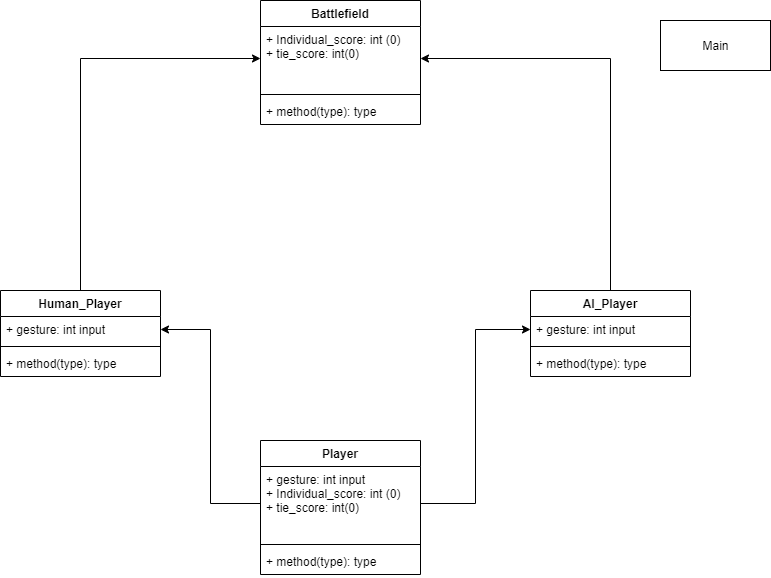
austinsanchez45/RPSLS keeps this draw.io diagram as RPSLS.drawio.png. Above is the earlier version. Source tidied: cells renumbered, new cells last; positions are measured from the earlier drawing's top-left corner, leaving out a move shared by most shapes. The source it was exported from:
```xml
<mxGraphModel>
  <root>
    <mxCell id="0" />
    <mxCell id="1" parent="0" />
    <mxCell id="2" value="Main&lt;br&gt;" style="html=1;" parent="1" vertex="1">
      <mxGeometry x="660" y="20" width="110" height="50" as="geometry" />
    </mxCell>
    <mxCell id="3" value="Player" style="swimlane;fontStyle=1;align=center;verticalAlign=top;horizontal=1;startSize=26;" parent="1" vertex="1">
      <mxGeometry x="260" y="440" width="160" height="134" as="geometry" />
    </mxCell>
    <mxCell id="4" value="+ gesture: int input&#10;+ Individual_score: int (0)&#10;+ tie_score: int(0)&#10;" style="text;strokeColor=none;fillColor=none;align=left;verticalAlign=top;spacingLeft=4;spacingRight=4;overflow=hidden;points=[[0,0.5],[1,0.5]];portConstraint=eastwest;" parent="3" vertex="1">
      <mxGeometry y="26" width="160" height="74" as="geometry" />
    </mxCell>
    <mxCell id="5" style="line;strokeWidth=1;fillColor=none;align=left;verticalAlign=middle;spacingTop=-1;spacingLeft=3;spacingRight=3;labelPosition=right;" parent="3" vertex="1">
      <mxGeometry y="100" width="160" height="8" as="geometry" />
    </mxCell>
    <mxCell id="6" value="+ method(type): type" style="text;strokeColor=none;fillColor=none;align=left;verticalAlign=top;spacingLeft=4;spacingRight=4;overflow=hidden;" parent="3" vertex="1">
      <mxGeometry y="108" width="160" height="26" as="geometry" />
    </mxCell>
    <mxCell id="7" value="Battlefield" style="swimlane;fontStyle=1;align=center;verticalAlign=top;horizontal=1;startSize=26;" parent="1" vertex="1">
      <mxGeometry x="260" width="160" height="124" as="geometry" />
    </mxCell>
    <mxCell id="8" value="+ Individual_score: int (0)&#10;+ tie_score: int(0)" style="text;strokeColor=none;fillColor=none;align=left;verticalAlign=top;spacingLeft=4;spacingRight=4;overflow=hidden;points=[[0,0.5],[1,0.5]];portConstraint=eastwest;" parent="7" vertex="1">
      <mxGeometry y="26" width="160" height="64" as="geometry" />
    </mxCell>
    <mxCell id="9" style="line;strokeWidth=1;fillColor=none;align=left;verticalAlign=middle;spacingTop=-1;spacingLeft=3;spacingRight=3;labelPosition=right;" parent="7" vertex="1">
      <mxGeometry y="90" width="160" height="8" as="geometry" />
    </mxCell>
    <mxCell id="10" value="+ method(type): type" style="text;strokeColor=none;fillColor=none;align=left;verticalAlign=top;spacingLeft=4;spacingRight=4;overflow=hidden;" parent="7" vertex="1">
      <mxGeometry y="98" width="160" height="26" as="geometry" />
    </mxCell>
    <mxCell id="11" style="edgeStyle=orthogonalEdgeStyle;rounded=0;jettySize=auto;html=1;exitX=0.5;exitY=0;exitDx=0;exitDy=0;entryX=0;entryY=0.5;entryDx=0;entryDy=0;" parent="1" edge="1" source="12" target="8">
      <mxGeometry relative="1" as="geometry" />
    </mxCell>
    <mxCell id="12" value="Human_Player" style="swimlane;fontStyle=1;align=center;verticalAlign=top;horizontal=1;startSize=26;" parent="1" vertex="1">
      <mxGeometry y="290" width="160" height="86" as="geometry" />
    </mxCell>
    <mxCell id="13" value="+ gesture: int input" style="text;strokeColor=none;fillColor=none;align=left;verticalAlign=top;spacingLeft=4;spacingRight=4;overflow=hidden;points=[[0,0.5],[1,0.5]];portConstraint=eastwest;" parent="12" vertex="1">
      <mxGeometry y="26" width="160" height="26" as="geometry" />
    </mxCell>
    <mxCell id="14" style="line;strokeWidth=1;fillColor=none;align=left;verticalAlign=middle;spacingTop=-1;spacingLeft=3;spacingRight=3;labelPosition=right;" parent="12" vertex="1">
      <mxGeometry y="52" width="160" height="8" as="geometry" />
    </mxCell>
    <mxCell id="15" value="+ method(type): type" style="text;strokeColor=none;fillColor=none;align=left;verticalAlign=top;spacingLeft=4;spacingRight=4;overflow=hidden;" parent="12" vertex="1">
      <mxGeometry y="60" width="160" height="26" as="geometry" />
    </mxCell>
    <mxCell id="16" style="edgeStyle=orthogonalEdgeStyle;rounded=0;jettySize=auto;html=1;exitX=0.5;exitY=0;exitDx=0;exitDy=0;entryX=1;entryY=0.5;entryDx=0;entryDy=0;" parent="1" edge="1" source="17" target="8">
      <mxGeometry relative="1" as="geometry" />
    </mxCell>
    <mxCell id="17" value="AI_Player" style="swimlane;fontStyle=1;align=center;verticalAlign=top;horizontal=1;startSize=26;" parent="1" vertex="1">
      <mxGeometry x="530" y="290" width="160" height="86" as="geometry" />
    </mxCell>
    <mxCell id="18" value="+ gesture: int input" style="text;strokeColor=none;fillColor=none;align=left;verticalAlign=top;spacingLeft=4;spacingRight=4;overflow=hidden;points=[[0,0.5],[1,0.5]];portConstraint=eastwest;" parent="17" vertex="1">
      <mxGeometry y="26" width="160" height="26" as="geometry" />
    </mxCell>
    <mxCell id="19" style="line;strokeWidth=1;fillColor=none;align=left;verticalAlign=middle;spacingTop=-1;spacingLeft=3;spacingRight=3;labelPosition=right;" parent="17" vertex="1">
      <mxGeometry y="52" width="160" height="8" as="geometry" />
    </mxCell>
    <mxCell id="20" value="+ method(type): type" style="text;strokeColor=none;fillColor=none;align=left;verticalAlign=top;spacingLeft=4;spacingRight=4;overflow=hidden;" parent="17" vertex="1">
      <mxGeometry y="60" width="160" height="26" as="geometry" />
    </mxCell>
    <mxCell id="21" style="edgeStyle=orthogonalEdgeStyle;rounded=0;jettySize=auto;html=1;exitX=0;exitY=0.5;exitDx=0;exitDy=0;entryX=1;entryY=0.5;entryDx=0;entryDy=0;" parent="1" edge="1" source="4" target="13">
      <mxGeometry relative="1" as="geometry" />
    </mxCell>
    <mxCell id="22" style="edgeStyle=orthogonalEdgeStyle;rounded=0;jettySize=auto;html=1;exitX=1;exitY=0.5;exitDx=0;exitDy=0;entryX=0;entryY=0.5;entryDx=0;entryDy=0;" parent="1" edge="1" source="4" target="18">
      <mxGeometry relative="1" as="geometry" />
    </mxCell>
  </root>
</mxGraphModel>
```
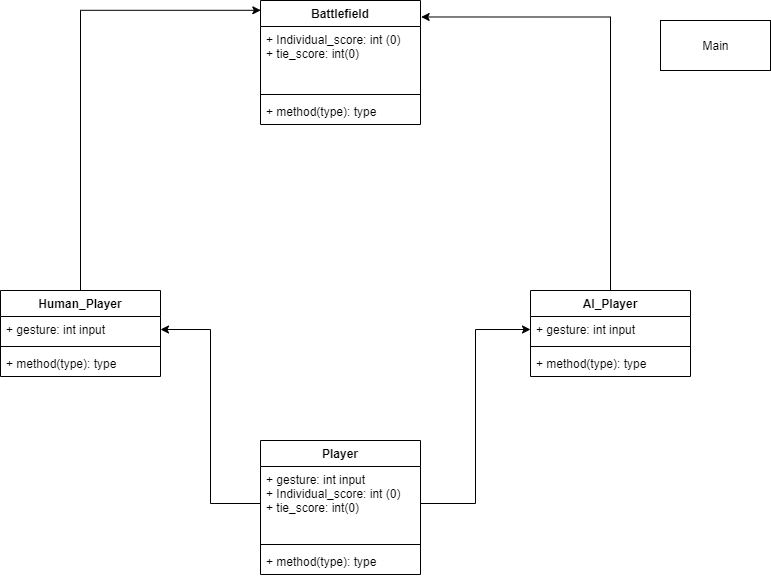
After the commit.

Change to the diagram source:
```diff
@@ -29,9 +29,9 @@
     <mxCell id="10" value="+ method(type): type" style="text;strokeColor=none;fillColor=none;align=left;verticalAlign=top;spacingLeft=4;spacingRight=4;overflow=hidden;" parent="7" vertex="1">
       <mxGeometry y="98" width="160" height="26" as="geometry" />
     </mxCell>
-    <mxCell id="11" style="edgeStyle=orthogonalEdgeStyle;rounded=0;jettySize=auto;html=1;exitX=0.5;exitY=0;exitDx=0;exitDy=0;entryX=0;entryY=0.5;entryDx=0;entryDy=0;" parent="1" edge="1" source="12" target="8">
-      <mxGeometry relative="1" as="geometry" />
-    </mxCell>
+    <mxCell id="23" style="edgeStyle=orthogonalEdgeStyle;rounded=0;jettySize=auto;html=1;exitX=0.5;exitY=0;exitDx=0;exitDy=0;entryX=0.002;entryY=0.079;entryDx=0;entryDy=0;entryPerimeter=0;" parent="1" edge="1" source="12" target="7">
+      <mxGeometry relative="1" as="geometry" />
+    </mxCell>
     <mxCell id="12" value="Human_Player" style="swimlane;fontStyle=1;align=center;verticalAlign=top;horizontal=1;startSize=26;" parent="1" vertex="1">
       <mxGeometry y="290" width="160" height="86" as="geometry" />
     </mxCell>
@@ -44,9 +44,9 @@
     <mxCell id="15" value="+ method(type): type" style="text;strokeColor=none;fillColor=none;align=left;verticalAlign=top;spacingLeft=4;spacingRight=4;overflow=hidden;" parent="12" vertex="1">
       <mxGeometry y="60" width="160" height="26" as="geometry" />
     </mxCell>
-    <mxCell id="16" style="edgeStyle=orthogonalEdgeStyle;rounded=0;jettySize=auto;html=1;exitX=0.5;exitY=0;exitDx=0;exitDy=0;entryX=1;entryY=0.5;entryDx=0;entryDy=0;" parent="1" edge="1" source="17" target="8">
-      <mxGeometry relative="1" as="geometry" />
-    </mxCell>
+    <mxCell id="24" style="edgeStyle=orthogonalEdgeStyle;rounded=0;jettySize=auto;html=1;exitX=0.5;exitY=0;exitDx=0;exitDy=0;entryX=1.004;entryY=0.133;entryDx=0;entryDy=0;entryPerimeter=0;" parent="1" edge="1" source="17" target="7">
+      <mxGeometry relative="1" as="geometry" />
+    </mxCell>
     <mxCell id="17" value="AI_Player" style="swimlane;fontStyle=1;align=center;verticalAlign=top;horizontal=1;startSize=26;" parent="1" vertex="1">
       <mxGeometry x="530" y="290" width="160" height="86" as="geometry" />
     </mxCell>
```
